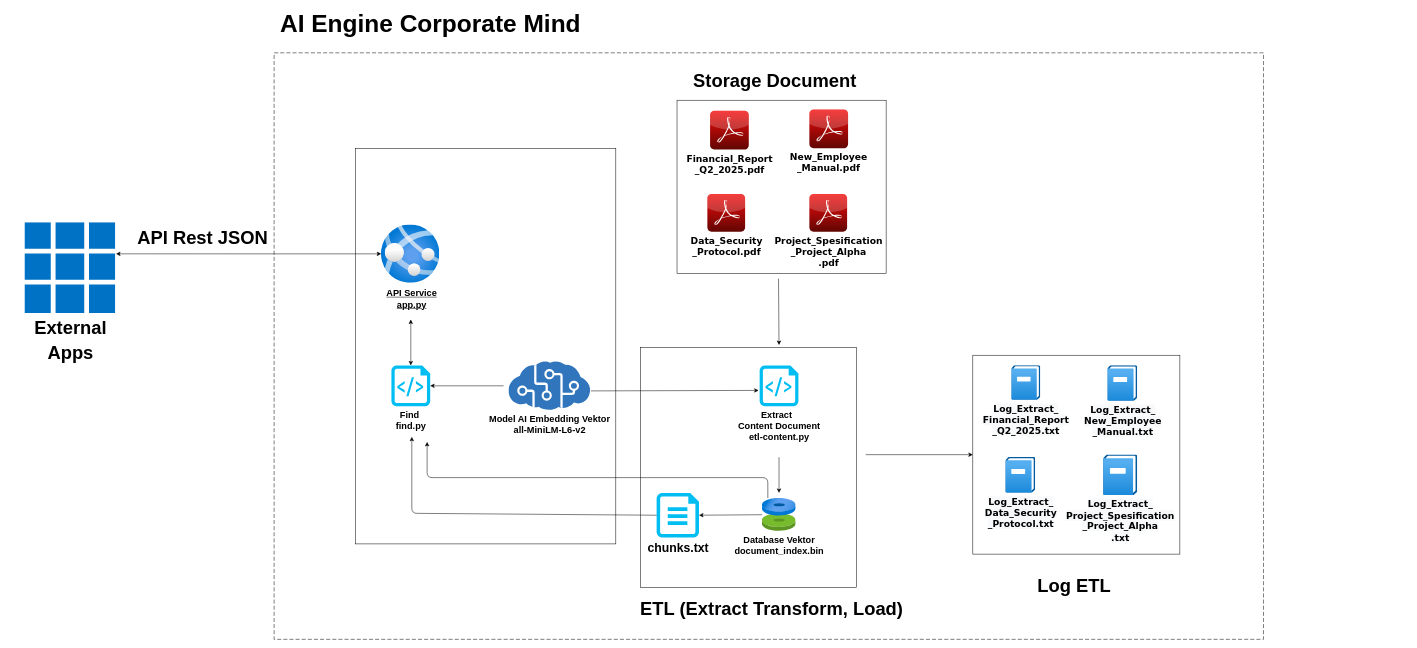
The draw.io diagram design/architecture.drawio in dendie-sanjaya/ai-semantic-scout, before the edit. Source tidied: cells renumbered, new cells numbered last; positions are measured from the earlier drawing's top-left corner, leaving out a move shared by most shapes. Both pictures are drawn from the tidied source at 51%, with x=0, y=0 at pixel (9, 18).
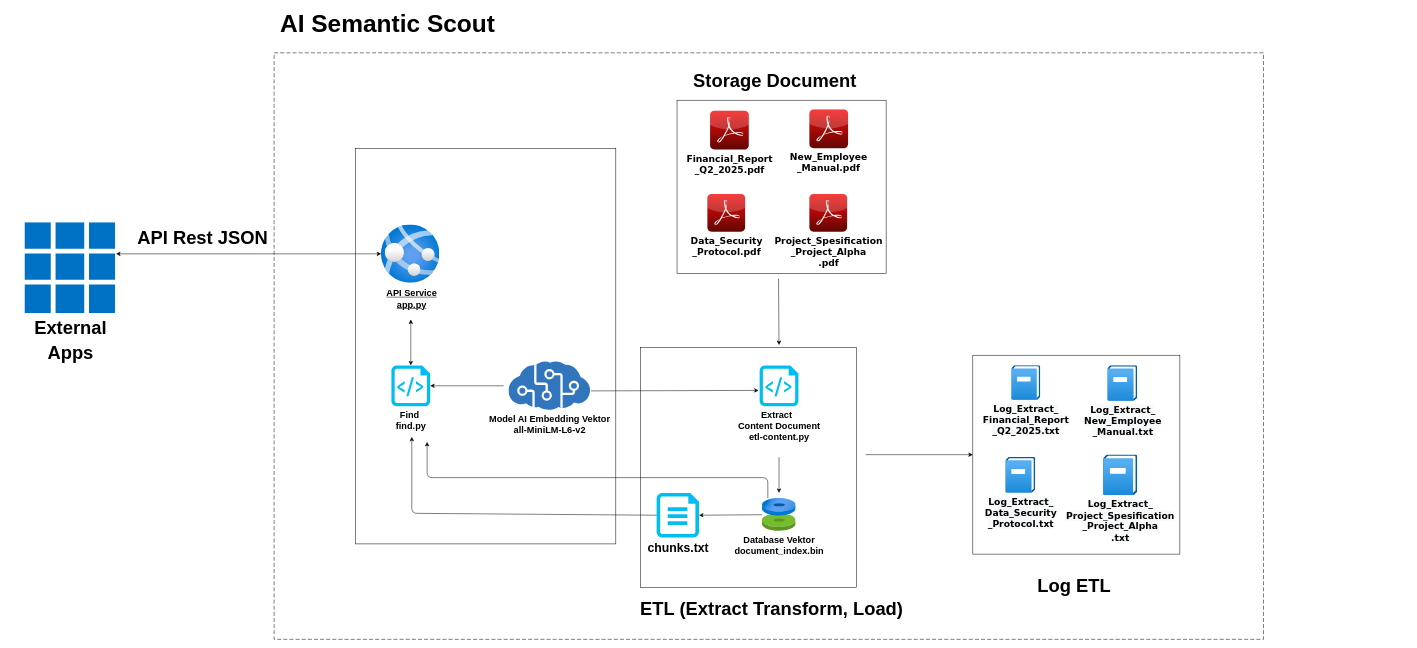
The same diagram, later.

Commit message (it also covers changes not shown here):
add: menambah arsitectur file

Diff of the diagram source:
```diff
@@
-    <mxCell id="31" value="&lt;font style=&quot;font-size: 48px&quot;&gt;&lt;b&gt;AI Engine Corporate Mind&lt;/b&gt;&lt;/font&gt;" style="text;html=1;strokeColor=none;fillColor=none;align=left;verticalAlign=middle;whiteSpace=wrap;rounded=0;fontSize=40;" parent="1" vertex="1">
+    <mxCell id="31" value="&lt;font style=&quot;font-size: 48px&quot;&gt;&lt;b&gt;AI Semantic Scout&lt;/b&gt;&lt;/font&gt;" style="text;html=1;strokeColor=none;fillColor=none;align=left;verticalAlign=middle;whiteSpace=wrap;rounded=0;fontSize=40;" parent="1" vertex="1">
       <mxGeometry x="530" width="720" height="20" as="geometry" />
     </mxCell>
```
